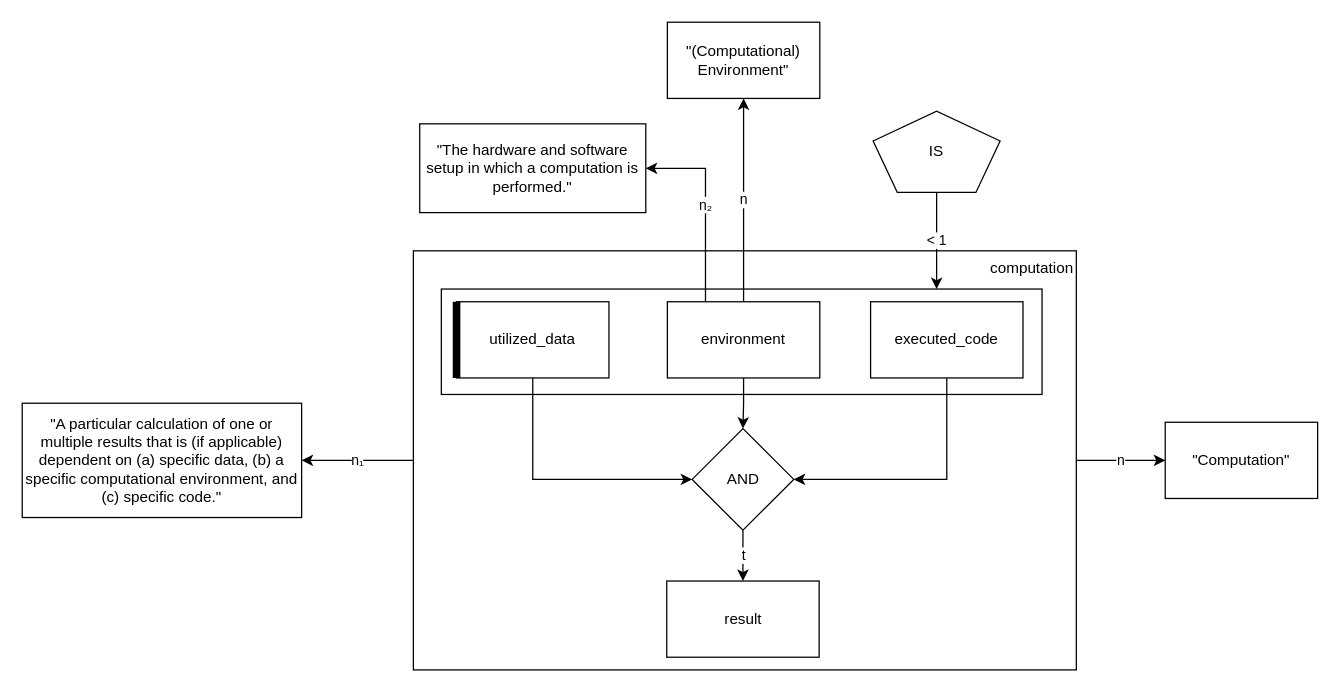
The draw.io diagram page "11-computation" (8 of 12) of model-analysis-errors.drawio in nicebread/scientific_errors, before the edit. Source tidied: cells renumbered, new cells numbered last; positions are measured from the earlier drawing's top-left corner, leaving out a move shared by most shapes. Both pictures are drawn from the tidied source at 127%, with x=0, y=0 at pixel (22, 22).
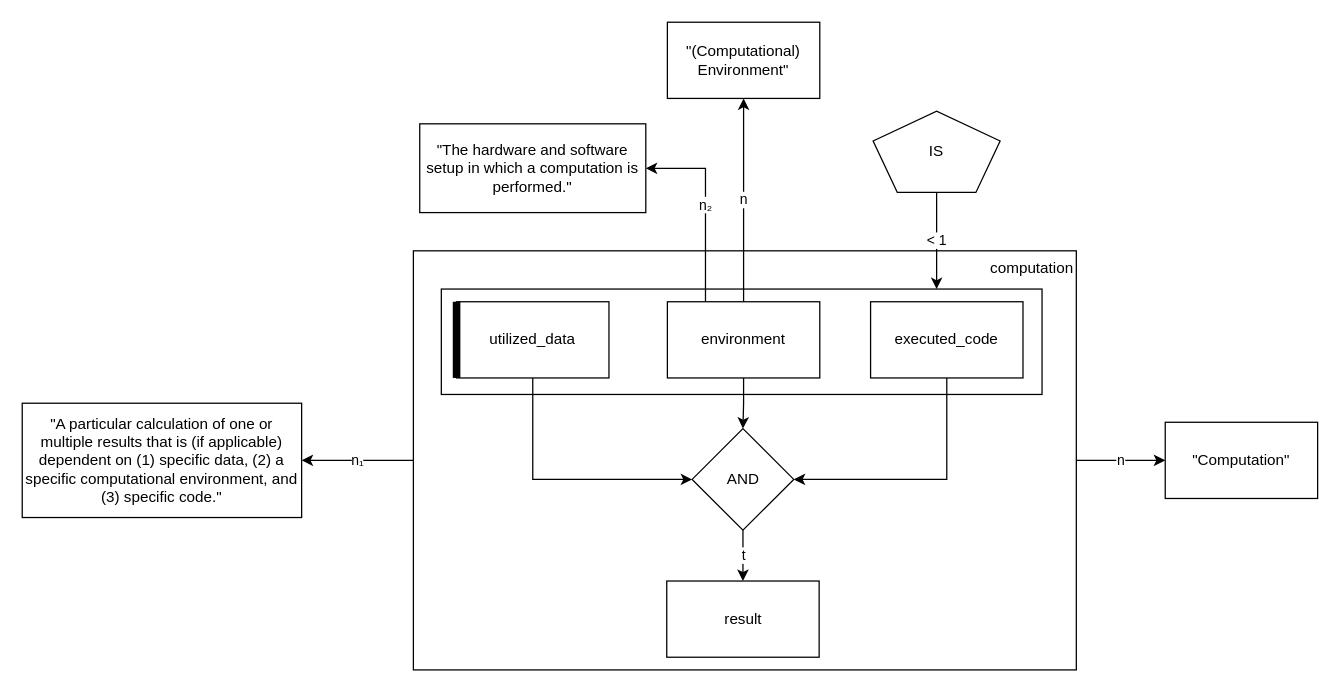
The same diagram, later.

Commit message:
Use (1-3) rather than (a-c)

Diff of the diagram source:
```diff
@@
-    <mxCell id="5" value="&quot;A particular calculation of one or multiple results that is (if applicable) dependent on (a) specific data, (b) a specific computational environment, and (c) specific code.&quot;" style="rounded=0;whiteSpace=wrap;html=1;" parent="1" vertex="1">
+    <mxCell id="5" value="&quot;A particular calculation of one or multiple results that is (if applicable) dependent on (1) specific data, (2) a specific computational environment, and (3) specific code.&quot;" style="rounded=0;whiteSpace=wrap;html=1;" parent="1" vertex="1">
       <mxGeometry y="300" width="220" height="90" as="geometry" />
     </mxCell>
```
